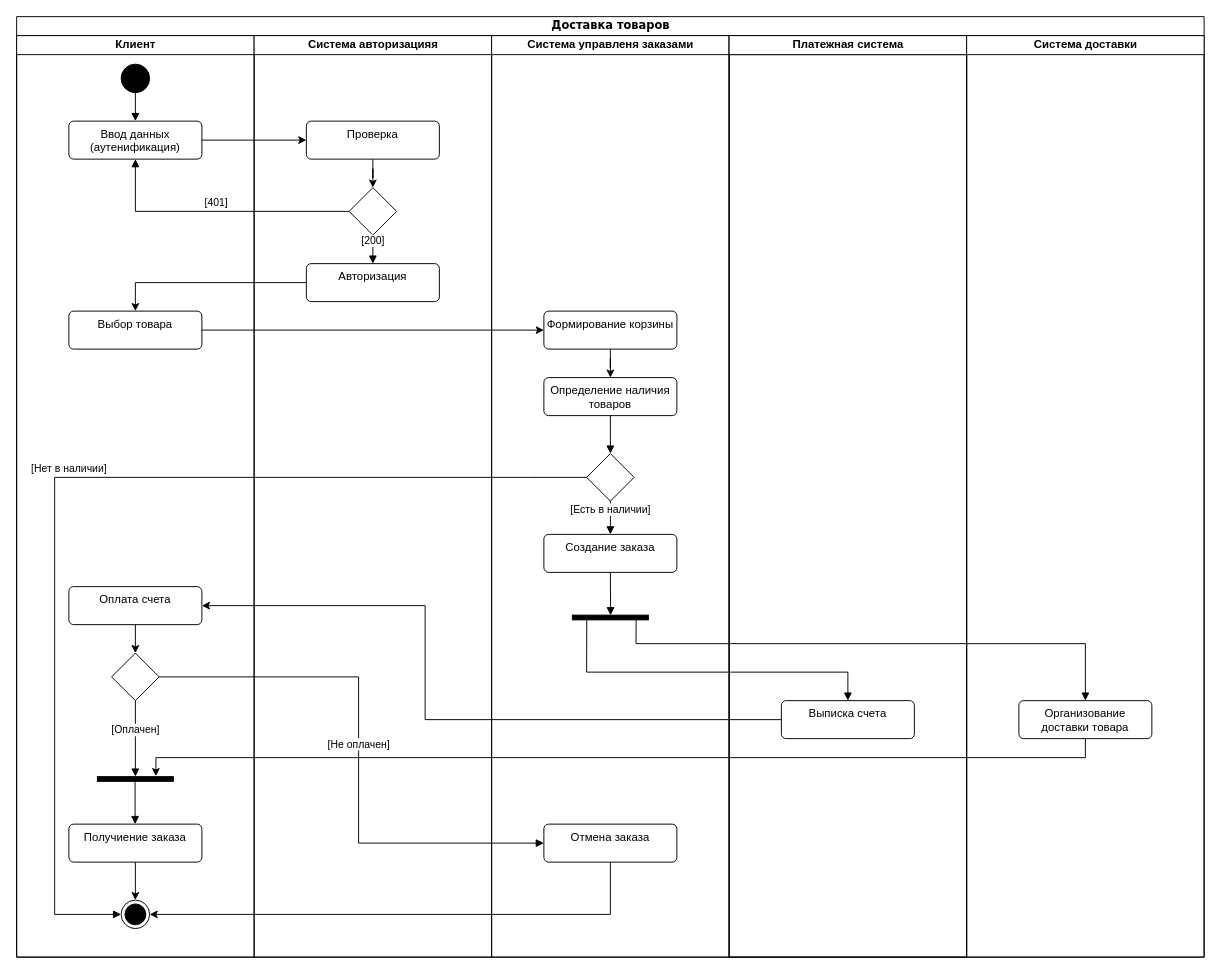
Before: drawio/activity diagram.drawio in stifell/order-delivery, a draw.io diagram. Source tidied: cells renumbered, new cells numbered last; positions are measured from the earlier drawing's top-left corner, leaving out a move shared by most shapes. Both pictures are drawn from the tidied source at 95%, with x=0, y=0 at pixel (16, 16).
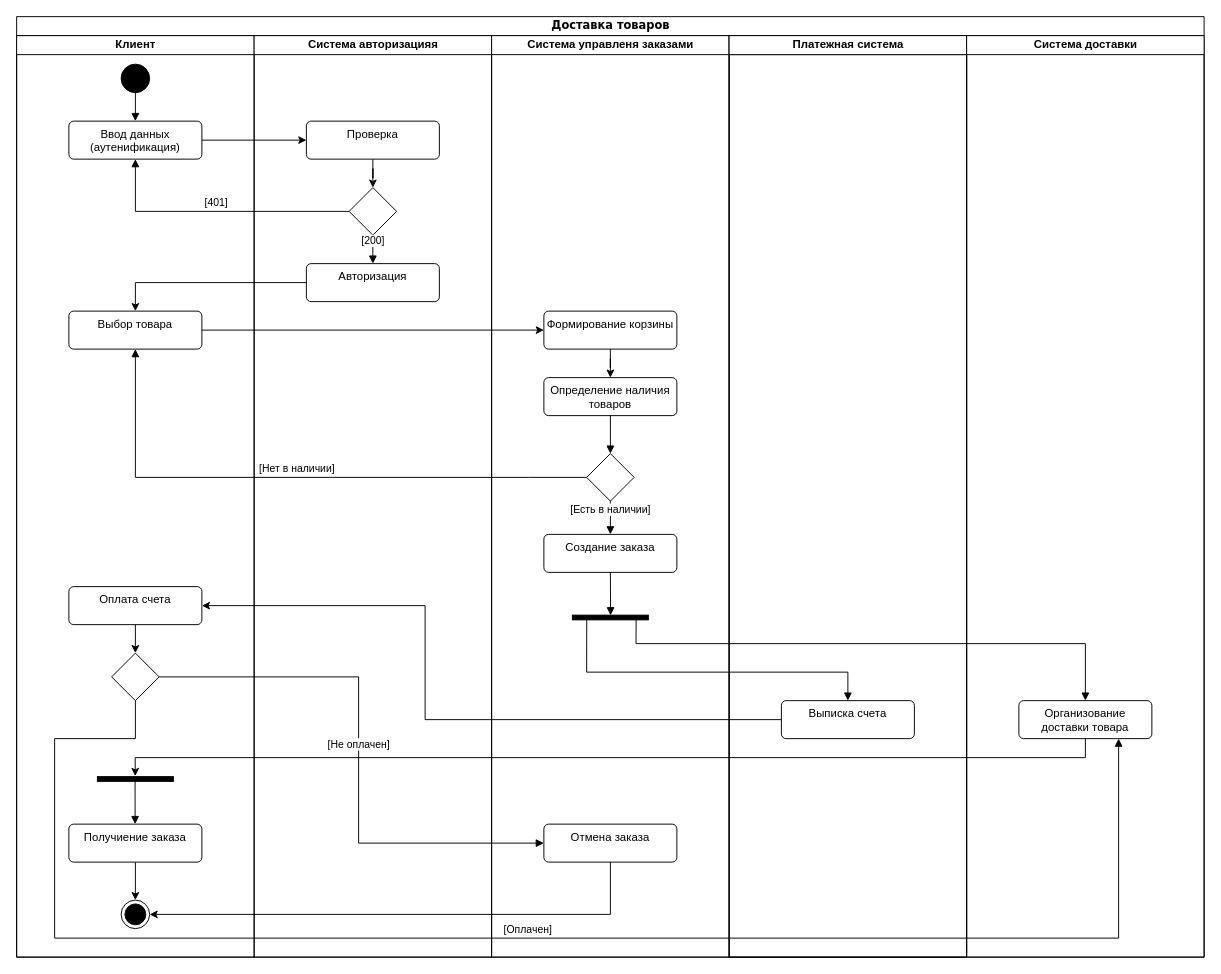
The same page after the edit.

Commit message (it also covers changes not shown here):
update activity diagram

The change refers to these unchanged cells:
```xml
<mxCell id="2" value="Доставка товаров" style="swimlane;html=1;startSize=20;rounded=0;shadow=0;comic=0;labelBackgroundColor=none;strokeWidth=1;fontFamily=Verdana;fontSize=12;align=center;" parent="1" vertex="1">
  <mxGeometry width="1250" height="990" as="geometry" />
</mxCell>
<mxCell id="3" value="Клиент" style="swimlane;html=1;startSize=20;" parent="2" vertex="1">
  <mxGeometry y="20" width="250" height="970" as="geometry" />
</mxCell>
<mxCell id="7" value="Выбор товара" style="html=1;align=center;verticalAlign=top;rounded=1;absoluteArcSize=1;arcSize=10;dashed=0;whiteSpace=wrap;" parent="3" vertex="1">
  <mxGeometry x="55" y="290" width="140" height="40" as="geometry" />
</mxCell>
<mxCell id="12" style="ellipse;html=1;shape=endState;fillColor=strokeColor;" parent="3" vertex="1">
  <mxGeometry x="110" y="910" width="30" height="30" as="geometry" />
</mxCell>
<mxCell id="13" style="html=1;points=[];perimeter=orthogonalPerimeter;fillColor=strokeColor;direction=south;" parent="3" vertex="1">
  <mxGeometry x="85" y="780" width="80" height="5" as="geometry" />
</mxCell>
<mxCell id="15" style="rhombus;" parent="3" vertex="1">
  <mxGeometry x="100" y="650" width="50" height="50" as="geometry" />
</mxCell>
<mxCell id="31" style="rhombus;" parent="27" vertex="1">
  <mxGeometry x="100" y="440" width="50" height="50" as="geometry" />
</mxCell>
<mxCell id="45" value="Организование доставки товара" style="html=1;align=center;verticalAlign=top;rounded=1;absoluteArcSize=1;arcSize=10;dashed=0;whiteSpace=wrap;" parent="44" vertex="1">
  <mxGeometry x="55" y="700" width="140" height="40" as="geometry" />
</mxCell>
```

Change to the diagram source:
```diff
@@
-    <mxCell id="16" value="[Оплачен]" style="html=1;verticalAlign=bottom;endArrow=block;curved=0;rounded=0;exitX=0.5;exitY=1;exitDx=0;exitDy=0;entryX=0;entryY=0.5;entryDx=0;entryDy=0;entryPerimeter=0;" parent="3" edge="1" source="15" target="13">
-      <mxGeometry relative="1" as="geometry" />
-    </mxCell>
@@
-    <mxCell id="41" value="[Нет в наличии]" style="html=1;verticalAlign=bottom;endArrow=block;curved=0;rounded=0;exitX=0;exitY=0.5;exitDx=0;exitDy=0;entryX=0;entryY=0.5;entryDx=0;entryDy=0;" parent="2" edge="1" source="31" target="12">
+    <mxCell id="41" value="[Нет в наличии]" style="html=1;verticalAlign=bottom;endArrow=block;curved=0;rounded=0;exitX=0;exitY=0.5;exitDx=0;exitDy=0;entryX=0.5;entryY=1;entryDx=0;entryDy=0;" parent="2" edge="1" source="31" target="7">
       <mxGeometry relative="1" as="geometry">
         <Array as="points">
           <mxPoint x="540" y="485" />
-          <mxPoint x="40" y="485" />
-          <mxPoint x="40" y="710" />
-          <mxPoint x="40" y="945" />
+          <mxPoint x="125" y="485" />
         </Array>
       </mxGeometry>
     </mxCell>
@@
-    <mxCell id="48" style="edgeStyle=orthogonalEdgeStyle;rounded=0;jettySize=auto;html=1;exitX=0.5;exitY=1;exitDx=0;exitDy=0;entryX=-0.097;entryY=0.23;entryDx=0;entryDy=0;entryPerimeter=0;" parent="1" edge="1" source="45" target="13">
+    <mxCell id="48" style="edgeStyle=orthogonalEdgeStyle;rounded=0;jettySize=auto;html=1;exitX=0.5;exitY=1;exitDx=0;exitDy=0;entryX=-0.128;entryY=0.502;entryDx=0;entryDy=0;entryPerimeter=0;" parent="1" edge="1" source="45" target="13">
       <mxGeometry relative="1" as="geometry" />
     </mxCell>
@@
+    <mxCell id="16" value="[Оплачен]" style="html=1;verticalAlign=bottom;endArrow=block;curved=0;rounded=0;exitX=0.5;exitY=1;exitDx=0;exitDy=0;entryX=0.75;entryY=1;entryDx=0;entryDy=0;" parent="1" edge="1" source="15" target="45">
+      <mxGeometry relative="1" as="geometry">
+        <Array as="points">
+          <mxPoint x="125" y="760" />
+          <mxPoint x="40" y="760" />
+          <mxPoint x="40" y="970" />
+          <mxPoint x="1160" y="970" />
+        </Array>
+      </mxGeometry>
+    </mxCell>
```
